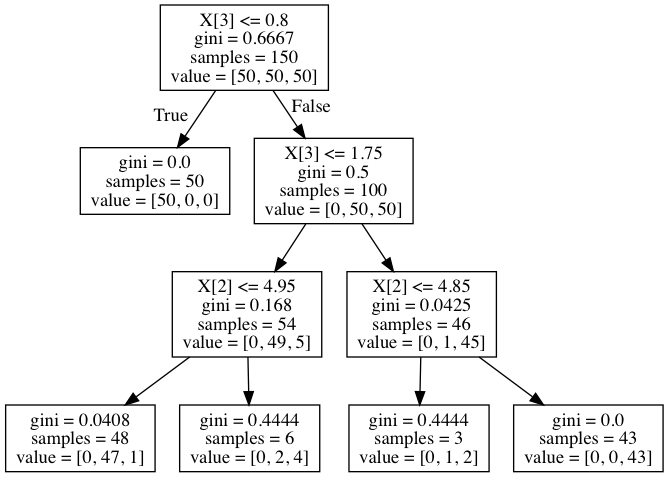
Above: tree_3.png in DLA94/Pattern-Mining-Rule-Extraction (Graphviz), before the change. Its source is kept beside it as tree_3.dot.
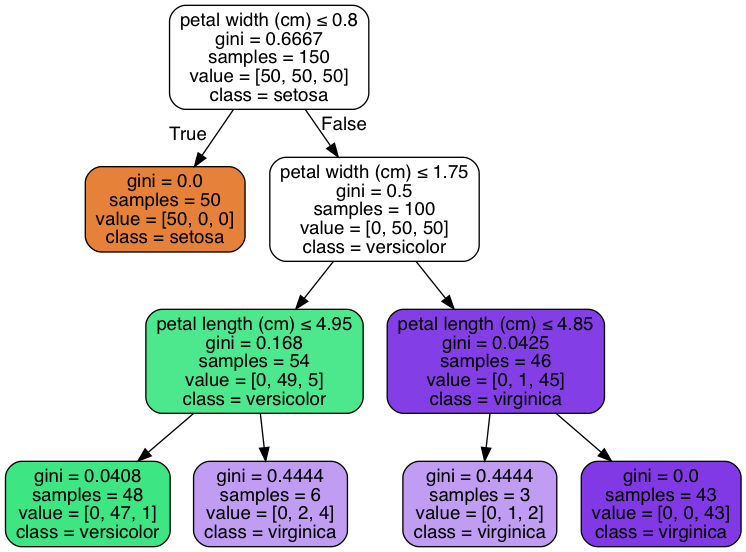
Above is the later version.

Change to the diagram source:
```diff
@@ -1,20 +1,21 @@
 digraph Tree {
-node [shape=box] ;
-0 [label="X[3] <= 0.8\ngini = 0.6667\nsamples = 150\nvalue = [50, 50, 50]"] ;
-1 [label="gini = 0.0\nsamples = 50\nvalue = [50, 0, 0]"] ;
+node [shape=box, style="filled, rounded", color="black", fontname=helvetica] ;
+edge [fontname=helvetica] ;
+0 [label=<petal width (cm) &le; 0.8<br/>gini = 0.6667<br/>samples = 150<br/>value = [50, 50, 50]<br/>class = setosa>, fillcolor="#e5813900"] ;
+1 [label=<gini = 0.0<br/>samples = 50<br/>value = [50, 0, 0]<br/>class = setosa>, fillcolor="#e58139ff"] ;
 0 -> 1 [labeldistance=2.5, labelangle=45, headlabel="True"] ;
-2 [label="X[3] <= 1.75\ngini = 0.5\nsamples = 100\nvalue = [0, 50, 50]"] ;
+2 [label=<petal width (cm) &le; 1.75<br/>gini = 0.5<br/>samples = 100<br/>value = [0, 50, 50]<br/>class = versicolor>, fillcolor="#39e58100"] ;
 0 -> 2 [labeldistance=2.5, labelangle=-45, headlabel="False"] ;
-3 [label="X[2] <= 4.95\ngini = 0.168\nsamples = 54\nvalue = [0, 49, 5]"] ;
+3 [label=<petal length (cm) &le; 4.95<br/>gini = 0.168<br/>samples = 54<br/>value = [0, 49, 5]<br/>class = versicolor>, fillcolor="#39e581e5"] ;
 2 -> 3 ;
-4 [label="gini = 0.0408\nsamples = 48\nvalue = [0, 47, 1]"] ;
+4 [label=<gini = 0.0408<br/>samples = 48<br/>value = [0, 47, 1]<br/>class = versicolor>, fillcolor="#39e581fa"] ;
 3 -> 4 ;
-5 [label="gini = 0.4444\nsamples = 6\nvalue = [0, 2, 4]"] ;
+5 [label=<gini = 0.4444<br/>samples = 6<br/>value = [0, 2, 4]<br/>class = virginica>, fillcolor="#8139e57f"] ;
 3 -> 5 ;
-6 [label="X[2] <= 4.85\ngini = 0.0425\nsamples = 46\nvalue = [0, 1, 45]"] ;
+6 [label=<petal length (cm) &le; 4.85<br/>gini = 0.0425<br/>samples = 46<br/>value = [0, 1, 45]<br/>class = virginica>, fillcolor="#8139e5f9"] ;
 2 -> 6 ;
-7 [label="gini = 0.4444\nsamples = 3\nvalue = [0, 1, 2]"] ;
+7 [label=<gini = 0.4444<br/>samples = 3<br/>value = [0, 1, 2]<br/>class = virginica>, fillcolor="#8139e57f"] ;
 6 -> 7 ;
-8 [label="gini = 0.0\nsamples = 43\nvalue = [0, 0, 43]"] ;
+8 [label=<gini = 0.0<br/>samples = 43<br/>value = [0, 0, 43]<br/>class = virginica>, fillcolor="#8139e5ff"] ;
 6 -> 8 ;
 }
```
